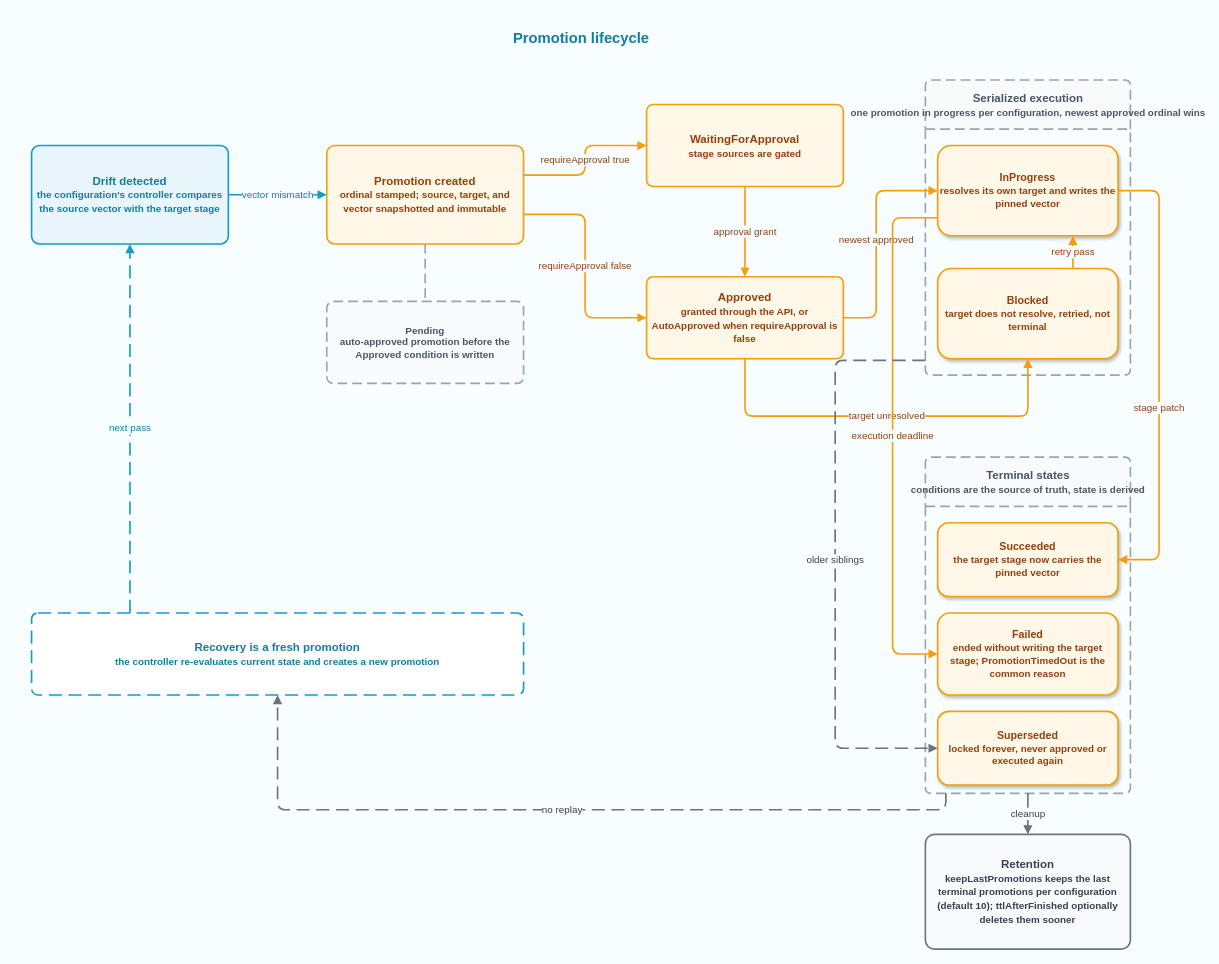
This is public/assets/diagrams/promotion-lifecycle.drawio from konfidence-project/konfidence-docs, a draw.io file, before an edit. Source tidied: cells renumbered, new cells numbered last; positions are measured from the earlier drawing's top-left corner, leaving out a move shared by most shapes. Both pictures are drawn from the tidied source at 82%, with x=0, y=0 at pixel (31, 22).
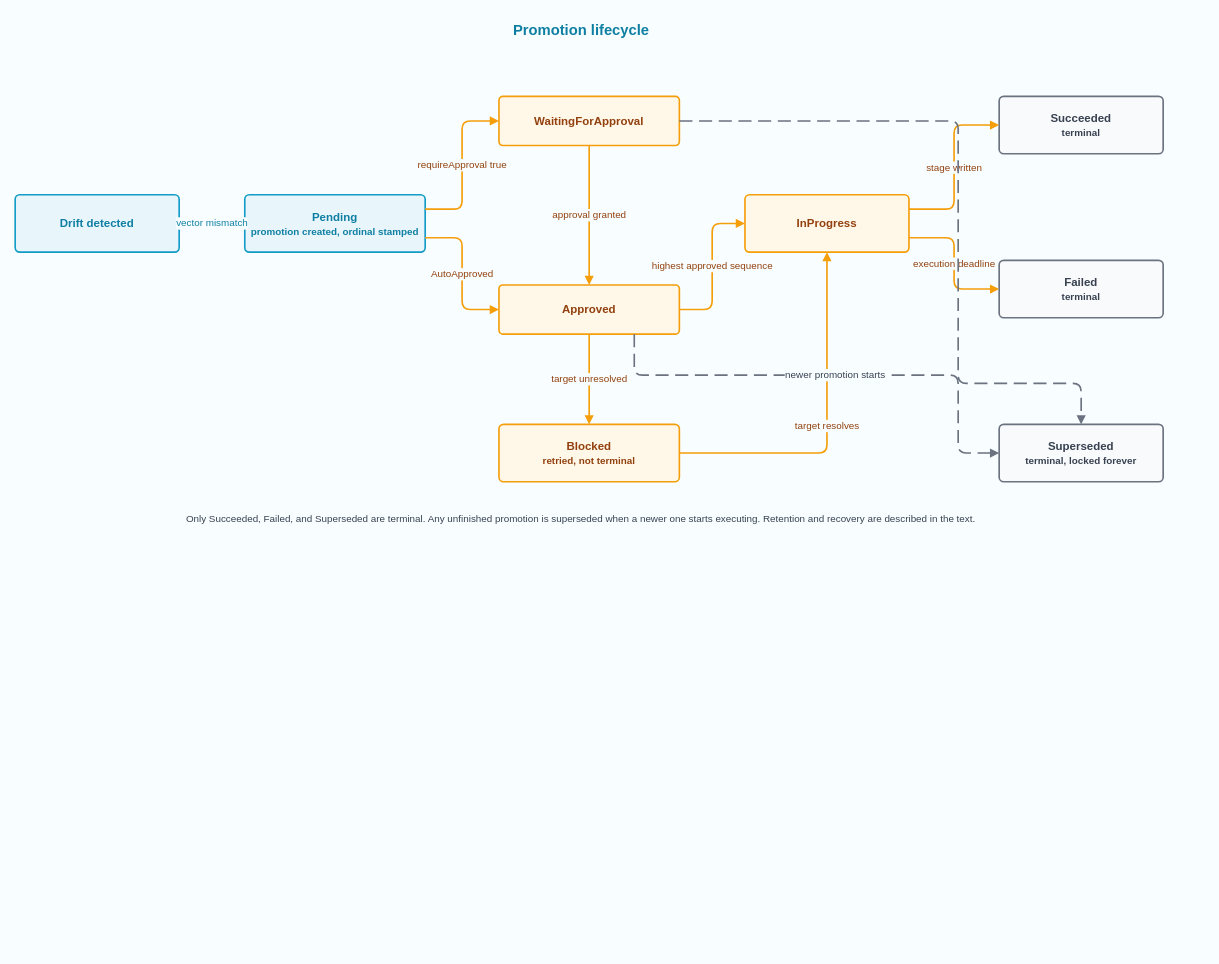
The same page after the edit.

Commit message (it also covers changes not shown here):
docs(core-concepts): address review on the promotions concept page

Diff of the diagram source:
```diff
@@
     <mxCell id="2" value="&lt;b&gt;&lt;font style=&quot;font-size: 18px;&quot;&gt;Promotion lifecycle&lt;/font&gt;&lt;/b&gt;" style="text;html=1;strokeColor=none;fillColor=none;align=center;verticalAlign=middle;fontColor=#0E7FA3;" parent="1" vertex="1">
-      <mxGeometry x="430" width="480" height="40" as="geometry" />
+      <mxGeometry x="430" y="-10" width="480" height="40" as="geometry" />
     </mxCell>
-    <mxCell id="3" value="&lt;b&gt;Drift detected&lt;/b&gt;&lt;div&gt;&lt;font style=&quot;font-size: 12px;&quot;&gt;the configuration's controller compares the source vector with the target stage&lt;/font&gt;&lt;/div&gt;" style="rounded=1;arcSize=8;whiteSpace=wrap;html=1;fillColor=#E8F5FB;strokeColor=#139CC7;strokeWidth=2;fontSize=14;fontColor=#0E7FA3;fontStyle=1;" parent="1" vertex="1">
-      <mxGeometry y="150" width="240" height="120" as="geometry" />
+    <mxCell id="3" value="&lt;b&gt;Drift detected&lt;/b&gt;" style="rounded=1;arcSize=8;whiteSpace=wrap;html=1;fillColor=#E8F5FB;strokeColor=#139CC7;strokeWidth=2;fontSize=14;fontColor=#0E7FA3;fontStyle=1;" parent="1" vertex="1">
+      <mxGeometry x="-20" y="210" width="200" height="70" as="geometry" />
     </mxCell>
-    <mxCell id="4" value="&lt;b&gt;Promotion created&lt;/b&gt;&lt;div&gt;&lt;font style=&quot;font-size: 12px;&quot;&gt;ordinal stamped; source, target, and vector snapshotted and immutable&lt;/font&gt;&lt;/div&gt;" style="rounded=1;arcSize=8;whiteSpace=wrap;html=1;fillColor=#FFF7E8;strokeColor=#F59E0B;strokeWidth=2;fontSize=14;fontColor=#92400E;fontStyle=1;" parent="1" vertex="1">
-      <mxGeometry x="360" y="150" width="240" height="120" as="geometry" />
-    </mxCell>
-    <mxCell id="5" value="&lt;b&gt;Pending&lt;/b&gt;&lt;div&gt;&lt;font style=&quot;font-size: 12px;&quot;&gt;auto-approved promotion before the Approved condition is written&lt;/font&gt;&lt;/div&gt;" style="rounded=1;arcSize=8;whiteSpace=wrap;html=1;fillColor=#F9FAFB;strokeColor=#9CA3AF;strokeWidth=2;dashed=1;dashPattern=6 3;fontSize=12;fontColor=#4B5563;fontStyle=1;" parent="1" vertex="1">
-      <mxGeometry x="360" y="340" width="240" height="100" as="geometry" />
-    </mxCell>
+    <mxCell id="31" value="&lt;b&gt;Pending&lt;/b&gt;&lt;div&gt;&lt;font style=&quot;font-size: 12px;&quot;&gt;promotion created, ordinal stamped&lt;/font&gt;&lt;/div&gt;" style="rounded=1;arcSize=8;whiteSpace=wrap;html=1;fillColor=#E8F5FB;strokeColor=#139CC7;strokeWidth=2;fontSize=14;fontColor=#0E7FA3;fontStyle=1;" parent="1" vertex="1">
+      <mxGeometry x="260" y="210" width="220" height="70" as="geometry" />
+    </mxCell>
-    <mxCell id="6" value="&lt;b&gt;WaitingForApproval&lt;/b&gt;&lt;div&gt;&lt;font style=&quot;font-size: 12px;&quot;&gt;stage sources are gated&lt;/font&gt;&lt;/div&gt;" style="rounded=1;arcSize=8;whiteSpace=wrap;html=1;fillColor=#FFF7E8;strokeColor=#F59E0B;strokeWidth=2;fontSize=14;fontColor=#92400E;fontStyle=1;" parent="1" vertex="1">
-      <mxGeometry x="750" y="100" width="240" height="100" as="geometry" />
+    <mxCell id="6" value="&lt;b&gt;WaitingForApproval&lt;/b&gt;" style="rounded=1;arcSize=8;whiteSpace=wrap;html=1;fillColor=#FFF7E8;strokeColor=#F59E0B;strokeWidth=2;fontSize=14;fontColor=#92400E;fontStyle=1;" parent="1" vertex="1">
+      <mxGeometry x="570" y="90" width="220" height="60" as="geometry" />
     </mxCell>
-    <mxCell id="7" value="&lt;b&gt;Approved&lt;/b&gt;&lt;div&gt;&lt;font style=&quot;font-size: 12px;&quot;&gt;granted through the API, or AutoApproved when requireApproval is false&lt;/font&gt;&lt;/div&gt;" style="rounded=1;arcSize=8;whiteSpace=wrap;html=1;fillColor=#FFF7E8;strokeColor=#F59E0B;strokeWidth=2;fontSize=14;fontColor=#92400E;fontStyle=1;" parent="1" vertex="1">
-      <mxGeometry x="750" y="310" width="240" height="100" as="geometry" />
+    <mxCell id="7" value="&lt;b&gt;Approved&lt;/b&gt;" style="rounded=1;arcSize=8;whiteSpace=wrap;html=1;fillColor=#FFF7E8;strokeColor=#F59E0B;strokeWidth=2;fontSize=14;fontColor=#92400E;fontStyle=1;" parent="1" vertex="1">
+      <mxGeometry x="570" y="320" width="220" height="60" as="geometry" />
     </mxCell>
-    <mxCell id="8" value="&lt;b&gt;Serialized execution&lt;/b&gt;&lt;div&gt;&lt;font style=&quot;font-size: 12px;&quot;&gt;one promotion in progress per configuration, newest approved ordinal wins&lt;/font&gt;&lt;/div&gt;" style="swimlane;startSize=60;fillColor=#F9FAFB;strokeColor=#9CA3AF;strokeWidth=2;dashed=1;dashPattern=6 3;fontSize=14;fontColor=#4B5563;fontStyle=1;rounded=1;arcSize=4;html=1;" parent="1" vertex="1">
-      <mxGeometry x="1090" y="70" width="250" height="360" as="geometry" />
-    </mxCell>
+    <mxCell id="10" value="&lt;b&gt;Blocked&lt;/b&gt;&lt;div&gt;&lt;font style=&quot;font-size: 12px;&quot;&gt;retried, not terminal&lt;/font&gt;&lt;/div&gt;" style="rounded=1;arcSize=8;whiteSpace=wrap;html=1;fillColor=#FFF7E8;strokeColor=#F59E0B;strokeWidth=2;fontSize=14;fontColor=#92400E;fontStyle=1;" parent="1" vertex="1">
+      <mxGeometry x="570" y="490" width="220" height="70" as="geometry" />
+    </mxCell>
-    <mxCell id="9" value="&lt;b&gt;InProgress&lt;/b&gt;&lt;div&gt;&lt;font style=&quot;font-size: 12px;&quot;&gt;resolves its own target and writes the pinned vector&lt;/font&gt;&lt;/div&gt;" style="rounded=1;arcSize=15;whiteSpace=wrap;html=1;fillColor=#FFF7E8;strokeColor=#F59E0B;strokeWidth=2;fontSize=13;fontColor=#92400E;fontStyle=1;shadow=1;" parent="8" vertex="1">
-      <mxGeometry x="15" y="80" width="220" height="110" as="geometry" />
+    <mxCell id="9" value="&lt;b&gt;InProgress&lt;/b&gt;" style="rounded=1;arcSize=8;whiteSpace=wrap;html=1;fillColor=#FFF7E8;strokeColor=#F59E0B;strokeWidth=2;fontSize=14;fontColor=#92400E;fontStyle=1;" parent="1" vertex="1">
+      <mxGeometry x="870" y="210" width="200" height="70" as="geometry" />
     </mxCell>
-    <mxCell id="10" value="&lt;b&gt;Blocked&lt;/b&gt;&lt;div&gt;&lt;font style=&quot;font-size: 12px;&quot;&gt;target does not resolve, retried, not terminal&lt;/font&gt;&lt;/div&gt;" style="rounded=1;arcSize=15;whiteSpace=wrap;html=1;fillColor=#FFF7E8;strokeColor=#F59E0B;strokeWidth=2;fontSize=13;fontColor=#92400E;fontStyle=1;shadow=1;" parent="8" vertex="1">
-      <mxGeometry x="15" y="230" width="220" height="110" as="geometry" />
-    </mxCell>
-    <mxCell id="11" value="&lt;b&gt;Terminal states&lt;/b&gt;&lt;div&gt;&lt;font style=&quot;font-size: 12px;&quot;&gt;conditions are the source of truth, state is derived&lt;/font&gt;&lt;/div&gt;" style="swimlane;startSize=60;fillColor=#F9FAFB;strokeColor=#9CA3AF;strokeWidth=2;dashed=1;dashPattern=6 3;fontSize=14;fontColor=#4B5563;fontStyle=1;rounded=1;arcSize=4;html=1;" parent="1" vertex="1">
-      <mxGeometry x="1090" y="530" width="250" height="410" as="geometry" />
-    </mxCell>
-    <mxCell id="12" value="&lt;b&gt;Succeeded&lt;/b&gt;&lt;div&gt;&lt;font style=&quot;font-size: 12px;&quot;&gt;the target stage now carries the pinned vector&lt;/font&gt;&lt;/div&gt;" style="rounded=1;arcSize=15;whiteSpace=wrap;html=1;fillColor=#FFF7E8;strokeColor=#F59E0B;strokeWidth=2;fontSize=13;fontColor=#92400E;fontStyle=1;shadow=1;" parent="11" vertex="1">
-      <mxGeometry x="15" y="80" width="220" height="90" as="geometry" />
+    <mxCell id="12" value="&lt;b&gt;Succeeded&lt;/b&gt;&lt;div&gt;&lt;font style=&quot;font-size: 12px;&quot;&gt;terminal&lt;/font&gt;&lt;/div&gt;" style="rounded=1;arcSize=8;whiteSpace=wrap;html=1;fillColor=#F9FAFB;strokeColor=#6B7280;strokeWidth=2;fontSize=14;fontColor=#374151;fontStyle=1;" parent="1" vertex="1">
+      <mxGeometry x="1180" y="90" width="200" height="70" as="geometry" />
     </mxCell>
-    <mxCell id="13" value="&lt;b&gt;Failed&lt;/b&gt;&lt;div&gt;&lt;font style=&quot;font-size: 12px;&quot;&gt;ended without writing the target stage; PromotionTimedOut is the common reason&lt;/font&gt;&lt;/div&gt;" style="rounded=1;arcSize=15;whiteSpace=wrap;html=1;fillColor=#FFF7E8;strokeColor=#F59E0B;strokeWidth=2;fontSize=13;fontColor=#92400E;fontStyle=1;shadow=1;" parent="11" vertex="1">
-      <mxGeometry x="15" y="190" width="220" height="100" as="geometry" />
+    <mxCell id="13" value="&lt;b&gt;Failed&lt;/b&gt;&lt;div&gt;&lt;font style=&quot;font-size: 12px;&quot;&gt;terminal&lt;/font&gt;&lt;/div&gt;" style="rounded=1;arcSize=8;whiteSpace=wrap;html=1;fillColor=#F9FAFB;strokeColor=#6B7280;strokeWidth=2;fontSize=14;fontColor=#374151;fontStyle=1;" parent="1" vertex="1">
+      <mxGeometry x="1180" y="290" width="200" height="70" as="geometry" />
     </mxCell>
-    <mxCell id="14" value="&lt;b&gt;Superseded&lt;/b&gt;&lt;div&gt;&lt;font style=&quot;font-size: 12px;&quot;&gt;locked forever, never approved or executed again&lt;/font&gt;&lt;/div&gt;" style="rounded=1;arcSize=15;whiteSpace=wrap;html=1;fillColor=#FFF7E8;strokeColor=#F59E0B;strokeWidth=2;fontSize=13;fontColor=#92400E;fontStyle=1;shadow=1;" parent="11" vertex="1">
-      <mxGeometry x="15" y="310" width="220" height="90" as="geometry" />
+    <mxCell id="14" value="&lt;b&gt;Superseded&lt;/b&gt;&lt;div&gt;&lt;font style=&quot;font-size: 12px;&quot;&gt;terminal, locked forever&lt;/font&gt;&lt;/div&gt;" style="rounded=1;arcSize=8;whiteSpace=wrap;html=1;fillColor=#F9FAFB;strokeColor=#6B7280;strokeWidth=2;fontSize=14;fontColor=#374151;fontStyle=1;" parent="1" vertex="1">
+      <mxGeometry x="1180" y="490" width="200" height="70" as="geometry" />
     </mxCell>
-    <mxCell id="15" value="&lt;b&gt;Retention&lt;/b&gt;&lt;div&gt;&lt;font style=&quot;font-size: 12px;&quot;&gt;keepLastPromotions keeps the last terminal promotions per configuration (default 10); ttlAfterFinished optionally deletes them sooner&lt;/font&gt;&lt;/div&gt;" style="rounded=1;arcSize=8;whiteSpace=wrap;html=1;fillColor=#F9FAFB;strokeColor=#6B7280;strokeWidth=2;fontSize=14;fontColor=#374151;fontStyle=1;" parent="1" vertex="1">
-      <mxGeometry x="1090" y="990" width="250" height="140" as="geometry" />
-    </mxCell>
-    <mxCell id="16" value="&lt;b&gt;Recovery is a fresh promotion&lt;/b&gt;&lt;div&gt;&lt;font style=&quot;font-size: 12px;&quot;&gt;the controller re-evaluates current state and creates a new promotion&lt;/font&gt;&lt;/div&gt;" style="rounded=1;arcSize=8;whiteSpace=wrap;html=1;fillColor=#FFFFFF;strokeColor=#139CC7;strokeWidth=2;dashed=1;dashPattern=8 4;fontSize=14;fontColor=#0E7FA3;fontStyle=1;" parent="1" vertex="1">
-      <mxGeometry y="720" width="600" height="100" as="geometry" />
-    </mxCell>
-    <mxCell id="17" value="vector mismatch" style="endArrow=block;endFill=1;strokeColor=#139CC7;strokeWidth=2;fontSize=12;fontColor=#0E7FA3;html=1;edgeStyle=orthogonalEdgeStyle;labelBackgroundColor=#F8FEFF;exitX=1;exitY=0.5;exitDx=0;exitDy=0;entryX=0;entryY=0.5;entryDx=0;entryDy=0;" parent="1" edge="1" source="3" target="4">
+    <mxCell id="17" value="vector mismatch" style="endArrow=block;endFill=1;strokeColor=#139CC7;strokeWidth=2;fontSize=12;fontColor=#0E7FA3;html=1;edgeStyle=orthogonalEdgeStyle;labelBackgroundColor=#F8FEFF;exitX=1;exitY=0.5;exitDx=0;exitDy=0;entryX=0;entryY=0.5;entryDx=0;entryDy=0;" parent="1" edge="1" source="3" target="31">
       <mxGeometry relative="1" as="geometry" />
     </mxCell>
-    <mxCell id="18" style="endArrow=none;dashed=1;dashPattern=6 3;strokeColor=#9CA3AF;strokeWidth=2;html=1;edgeStyle=orthogonalEdgeStyle;exitX=0.5;exitY=1;exitDx=0;exitDy=0;entryX=0.5;entryY=0;entryDx=0;entryDy=0;" parent="1" edge="1" source="4" target="5">
-      <mxGeometry relative="1" as="geometry" />
-    </mxCell>
-    <mxCell id="19" value="requireApproval true" style="endArrow=block;endFill=1;strokeColor=#F59E0B;strokeWidth=2;fontSize=12;fontColor=#92400E;html=1;edgeStyle=orthogonalEdgeStyle;rounded=1;labelBackgroundColor=#F8FEFF;exitX=1;exitY=0.3;exitDx=0;exitDy=0;entryX=0;entryY=0.5;entryDx=0;entryDy=0;" parent="1" edge="1" source="4" target="6">
+    <mxCell id="19" value="requireApproval true" style="endArrow=block;endFill=1;strokeColor=#F59E0B;strokeWidth=2;fontSize=12;fontColor=#92400E;html=1;edgeStyle=orthogonalEdgeStyle;rounded=1;labelBackgroundColor=#F8FEFF;exitX=1;exitY=0.25;exitDx=0;exitDy=0;entryX=0;entryY=0.5;entryDx=0;entryDy=0;" parent="1" edge="1" source="31" target="6">
       <mxGeometry relative="1" as="geometry" />
     </mxCell>
-    <mxCell id="20" value="requireApproval false" style="endArrow=block;endFill=1;strokeColor=#F59E0B;strokeWidth=2;fontSize=12;fontColor=#92400E;html=1;edgeStyle=orthogonalEdgeStyle;rounded=1;labelBackgroundColor=#F8FEFF;exitX=1;exitY=0.7;exitDx=0;exitDy=0;entryX=0;entryY=0.5;entryDx=0;entryDy=0;" parent="1" edge="1" source="4" target="7">
-      <mxGeometry relative="1" as="geometry" />
-    </mxCell>
+    <mxCell id="32" value="AutoApproved" style="endArrow=block;endFill=1;strokeColor=#F59E0B;strokeWidth=2;fontSize=12;fontColor=#92400E;html=1;edgeStyle=orthogonalEdgeStyle;rounded=1;labelBackgroundColor=#F8FEFF;exitX=1;exitY=0.75;exitDx=0;exitDy=0;entryX=0;entryY=0.5;entryDx=0;entryDy=0;" parent="1" edge="1" source="31" target="7">
+      <mxGeometry relative="1" as="geometry" />
+    </mxCell>
-    <mxCell id="21" value="approval grant" style="endArrow=block;endFill=1;strokeColor=#F59E0B;strokeWidth=2;fontSize=12;fontColor=#92400E;html=1;edgeStyle=orthogonalEdgeStyle;labelBackgroundColor=#F8FEFF;exitX=0.5;exitY=1;exitDx=0;exitDy=0;entryX=0.5;entryY=0;entryDx=0;entryDy=0;" parent="1" edge="1" source="6" target="7">
+    <mxCell id="21" value="approval granted" style="endArrow=block;endFill=1;strokeColor=#F59E0B;strokeWidth=2;fontSize=12;fontColor=#92400E;html=1;edgeStyle=orthogonalEdgeStyle;labelBackgroundColor=#F8FEFF;exitX=0.5;exitY=1;exitDx=0;exitDy=0;entryX=0.5;entryY=0;entryDx=0;entryDy=0;" parent="1" edge="1" source="6" target="7">
       <mxGeometry relative="1" as="geometry" />
     </mxCell>
-    <mxCell id="22" value="newest approved" style="endArrow=block;endFill=1;strokeColor=#F59E0B;strokeWidth=2;fontSize=12;fontColor=#92400E;html=1;edgeStyle=orthogonalEdgeStyle;rounded=1;labelBackgroundColor=#F8FEFF;exitX=1;exitY=0.5;exitDx=0;exitDy=0;entryX=0;entryY=0.5;entryDx=0;entryDy=0;" parent="1" edge="1" source="7" target="9">
-      <mxGeometry relative="1" as="geometry">
-        <Array as="points">
-          <mxPoint x="1030" y="360" />
-          <mxPoint x="1030" y="205" />
-        </Array>
-      </mxGeometry>
+    <mxCell id="22" value="highest approved sequence" style="endArrow=block;endFill=1;strokeColor=#F59E0B;strokeWidth=2;fontSize=12;fontColor=#92400E;html=1;edgeStyle=orthogonalEdgeStyle;rounded=1;labelBackgroundColor=#F8FEFF;exitX=1;exitY=0.5;exitDx=0;exitDy=0;entryX=0;entryY=0.5;entryDx=0;entryDy=0;" parent="1" edge="1" source="7" target="9">
+      <mxGeometry relative="1" as="geometry" />
     </mxCell>
-    <mxCell id="23" value="target unresolved" style="endArrow=block;endFill=1;strokeColor=#F59E0B;strokeWidth=2;fontSize=12;fontColor=#92400E;html=1;edgeStyle=orthogonalEdgeStyle;rounded=1;labelBackgroundColor=#F8FEFF;exitX=0.5;exitY=1;exitDx=0;exitDy=0;entryX=0.5;entryY=1;entryDx=0;entryDy=0;" parent="1" edge="1" source="7" target="10">
-      <mxGeometry relative="1" as="geometry">
-        <Array as="points">
-          <mxPoint x="870" y="480" />
-          <mxPoint x="1215" y="480" />
-        </Array>
-      </mxGeometry>
+    <mxCell id="23" value="target unresolved" style="endArrow=block;endFill=1;strokeColor=#F59E0B;strokeWidth=2;fontSize=12;fontColor=#92400E;html=1;edgeStyle=orthogonalEdgeStyle;labelBackgroundColor=#F8FEFF;exitX=0.5;exitY=1;exitDx=0;exitDy=0;entryX=0.5;entryY=0;entryDx=0;entryDy=0;" parent="1" edge="1" source="7" target="10">
+      <mxGeometry relative="1" as="geometry" />
     </mxCell>
-    <mxCell id="24" value="retry pass" style="endArrow=block;endFill=1;strokeColor=#F59E0B;strokeWidth=2;fontSize=12;fontColor=#92400E;html=1;edgeStyle=orthogonalEdgeStyle;labelBackgroundColor=#F9FAFB;exitX=0.75;exitY=0;exitDx=0;exitDy=0;entryX=0.75;entryY=1;entryDx=0;entryDy=0;" parent="1" edge="1" source="10" target="9">
-      <mxGeometry relative="1" as="geometry" />
+    <mxCell id="24" value="target resolves" style="endArrow=block;endFill=1;strokeColor=#F59E0B;strokeWidth=2;fontSize=12;fontColor=#92400E;html=1;edgeStyle=orthogonalEdgeStyle;rounded=1;labelBackgroundColor=#F8FEFF;exitX=1;exitY=0.5;exitDx=0;exitDy=0;entryX=0.5;entryY=1;entryDx=0;entryDy=0;" parent="1" edge="1" source="10" target="9">
+      <mxGeometry relative="1" as="geometry">
+        <Array as="points">
+          <mxPoint x="970" y="525" />
+        </Array>
+      </mxGeometry>
     </mxCell>
-    <mxCell id="25" value="stage patch" style="endArrow=block;endFill=1;strokeColor=#F59E0B;strokeWidth=2;fontSize=12;fontColor=#92400E;html=1;edgeStyle=orthogonalEdgeStyle;rounded=1;labelBackgroundColor=#F8FEFF;exitX=1;exitY=0.5;exitDx=0;exitDy=0;entryX=1;entryY=0.5;entryDx=0;entryDy=0;" parent="1" edge="1" source="9" target="12">
-      <mxGeometry relative="1" as="geometry">
-        <Array as="points">
-          <mxPoint x="1375" y="205" />
-          <mxPoint x="1375" y="655" />
-        </Array>
-        <mxPoint y="40" as="offset" />
-      </mxGeometry>
+    <mxCell id="25" value="stage written" style="endArrow=block;endFill=1;strokeColor=#F59E0B;strokeWidth=2;fontSize=12;fontColor=#92400E;html=1;edgeStyle=orthogonalEdgeStyle;rounded=1;labelBackgroundColor=#F8FEFF;exitX=1;exitY=0.25;exitDx=0;exitDy=0;entryX=0;entryY=0.5;entryDx=0;entryDy=0;" parent="1" edge="1" source="9" target="12">
+      <mxGeometry relative="1" as="geometry" />
     </mxCell>
-    <mxCell id="26" value="execution deadline" style="endArrow=block;endFill=1;strokeColor=#F59E0B;strokeWidth=2;fontSize=12;fontColor=#92400E;html=1;edgeStyle=orthogonalEdgeStyle;rounded=1;labelBackgroundColor=#F8FEFF;exitX=0;exitY=0.8;exitDx=0;exitDy=0;entryX=0;entryY=0.5;entryDx=0;entryDy=0;" parent="1" edge="1" source="9" target="13">
-      <mxGeometry relative="1" as="geometry">
-        <Array as="points">
-          <mxPoint x="1050" y="238" />
-          <mxPoint x="1050" y="770" />
-        </Array>
-      </mxGeometry>
+    <mxCell id="26" value="execution deadline" style="endArrow=block;endFill=1;strokeColor=#F59E0B;strokeWidth=2;fontSize=12;fontColor=#92400E;html=1;edgeStyle=orthogonalEdgeStyle;rounded=1;labelBackgroundColor=#F8FEFF;exitX=1;exitY=0.75;exitDx=0;exitDy=0;entryX=0;entryY=0.5;entryDx=0;entryDy=0;" parent="1" edge="1" source="9" target="13">
+      <mxGeometry relative="1" as="geometry" />
     </mxCell>
-    <mxCell id="27" value="older siblings" style="endArrow=block;endFill=1;dashed=1;dashPattern=8 4;strokeColor=#6B7280;strokeWidth=2;fontSize=12;fontColor=#374151;html=1;edgeStyle=orthogonalEdgeStyle;rounded=1;labelBackgroundColor=#F8FEFF;exitX=0;exitY=0.95;exitDx=0;exitDy=0;entryX=0;entryY=0.5;entryDx=0;entryDy=0;" parent="1" edge="1" source="8" target="14">
-      <mxGeometry relative="1" as="geometry">
-        <Array as="points">
-          <mxPoint x="980" y="412" />
-          <mxPoint x="980" y="885" />
-        </Array>
-      </mxGeometry>
-    </mxCell>
-    <mxCell id="28" value="cleanup" style="endArrow=block;endFill=1;strokeColor=#6B7280;strokeWidth=2;fontSize=12;fontColor=#374151;html=1;edgeStyle=orthogonalEdgeStyle;labelBackgroundColor=#F8FEFF;exitX=0.5;exitY=1;exitDx=0;exitDy=0;entryX=0.5;entryY=0;entryDx=0;entryDy=0;" parent="1" edge="1" source="11" target="15">
-      <mxGeometry relative="1" as="geometry" />
-    </mxCell>
-    <mxCell id="29" value="no replay" style="endArrow=block;endFill=1;dashed=1;dashPattern=8 4;strokeColor=#6B7280;strokeWidth=2;fontSize=12;fontColor=#374151;html=1;edgeStyle=orthogonalEdgeStyle;rounded=1;labelBackgroundColor=#F8FEFF;exitX=0.1;exitY=1;exitDx=0;exitDy=0;entryX=0.5;entryY=1;entryDx=0;entryDy=0;" parent="1" edge="1" source="11" target="16">
-      <mxGeometry relative="1" as="geometry">
-        <Array as="points">
-          <mxPoint x="1115" y="960" />
-          <mxPoint x="300" y="960" />
-        </Array>
-      </mxGeometry>
-    </mxCell>
-    <mxCell id="30" value="next pass" style="endArrow=block;endFill=1;dashed=1;dashPattern=8 4;strokeColor=#139CC7;strokeWidth=2;fontSize=12;fontColor=#0E7FA3;html=1;edgeStyle=orthogonalEdgeStyle;labelBackgroundColor=#F8FEFF;exitX=0.2;exitY=0;exitDx=0;exitDy=0;entryX=0.5;entryY=1;entryDx=0;entryDy=0;" parent="1" edge="1" source="16" target="3">
-      <mxGeometry relative="1" as="geometry" />
-    </mxCell>
+    <mxCell id="33" style="endArrow=block;endFill=1;dashed=1;dashPattern=8 4;strokeColor=#6B7280;strokeWidth=2;fontSize=12;fontColor=#374151;html=1;edgeStyle=orthogonalEdgeStyle;rounded=1;exitX=1;exitY=0.5;exitDx=0;exitDy=0;entryX=0.5;entryY=0;entryDx=0;entryDy=0;" parent="1" edge="1" source="6" target="14">
+      <mxGeometry relative="1" as="geometry">
+        <Array as="points">
+          <mxPoint x="1130" y="120" />
+          <mxPoint x="1130" y="440" />
+          <mxPoint x="1280" y="440" />
+        </Array>
+      </mxGeometry>
+    </mxCell>
+    <mxCell id="34" value="newer promotion starts" style="endArrow=block;endFill=1;dashed=1;dashPattern=8 4;strokeColor=#6B7280;strokeWidth=2;fontSize=12;fontColor=#374151;html=1;edgeStyle=orthogonalEdgeStyle;rounded=1;labelBackgroundColor=#F8FEFF;exitX=0.75;exitY=1;exitDx=0;exitDy=0;entryX=0;entryY=0.5;entryDx=0;entryDy=0;" parent="1" edge="1" source="7" target="14">
+      <mxGeometry relative="1" as="geometry">
+        <Array as="points">
+          <mxPoint x="735" y="430" />
+          <mxPoint x="1130" y="430" />
+          <mxPoint x="1130" y="525" />
+        </Array>
+      </mxGeometry>
+    </mxCell>
+    <mxCell id="35" value="Only Succeeded, Failed, and Superseded are terminal. Any unfinished promotion is superseded when a newer one starts executing. Retention and recovery are described in the text." style="text;html=1;whiteSpace=wrap;strokeColor=none;fillColor=none;align=center;verticalAlign=middle;rounded=0;fontSize=12;fontColor=#374151;" parent="1" vertex="1">
+      <mxGeometry y="590" width="1340" height="30" as="geometry" />
+    </mxCell>
```
